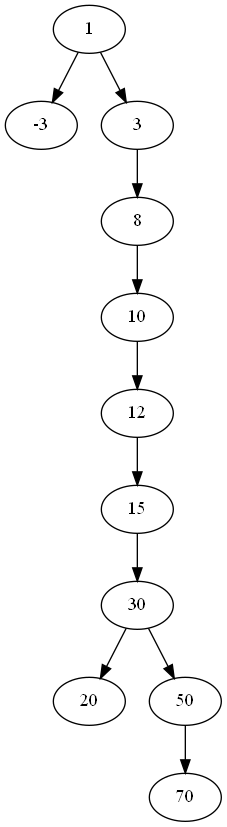
This is lab_06_04/BST.png from xanderkov/TASD, a Graphviz export, as it was before one commit. Its source is kept beside it as lab_06_04/out/BST.gv.
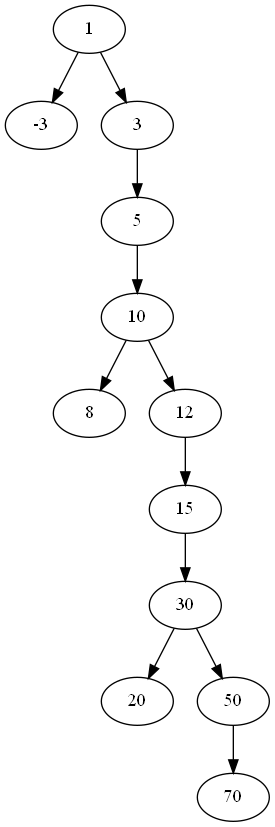
After the commit.

Diff of the diagram source:
```diff
@@ -1,8 +1,9 @@
 digraph BST {
 1 -> -3;
 1 -> 3;
-3 -> 8;
-8 -> 10;
+3 -> 5;
+5 -> 10;
+10 -> 8;
 10 -> 12;
 12 -> 15;
 15 -> 30;
```
